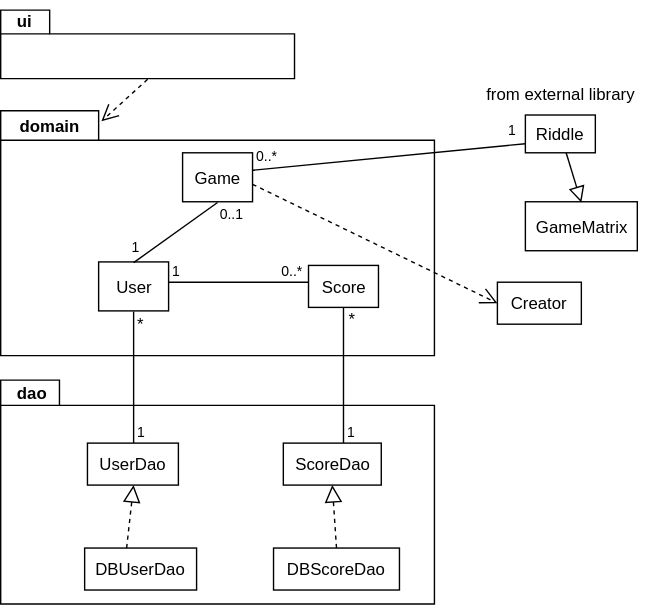
Above: documentation/images/arc1.svg in nigoshh/otm-harjoitustyo (draw.io), before the change. Source tidied: cells renumbered, new cells last; positions are measured from the earlier drawing's top-left corner, leaving out a move shared by most shapes.
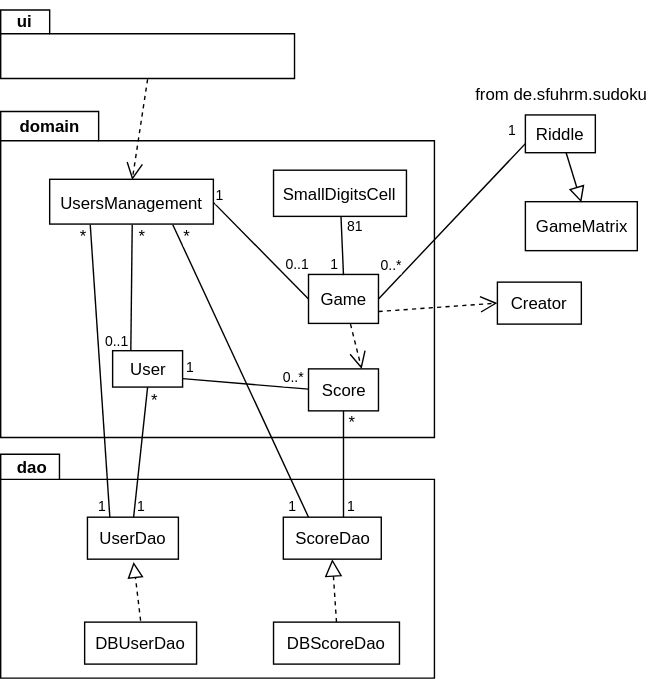
The same diagram one commit later.

What changed in the source:
```diff
@@ -6,10 +6,10 @@
       <mxGeometry y="5.5" width="210" height="49" as="geometry" />
     </mxCell>
     <mxCell id="3" style="shape=folder;fontStyle=1;spacingTop=10;tabWidth=70;tabHeight=21;tabPosition=left;html=1;" parent="1" vertex="1">
-      <mxGeometry y="77.5" width="310" height="175" as="geometry" />
+      <mxGeometry y="78" width="310" height="233" as="geometry" />
     </mxCell>
     <mxCell id="4" style="shape=folder;fontStyle=1;spacingTop=10;tabWidth=42;tabHeight=18;tabPosition=left;html=1;" parent="1" vertex="1">
-      <mxGeometry y="270" width="310" height="160" as="geometry" />
+      <mxGeometry y="323" width="310" height="160" as="geometry" />
     </mxCell>
     <mxCell id="5" value="&lt;span style=&quot;color: rgb(0 , 0 , 0) ; font-family: &amp;#34;helvetica&amp;#34; ; font-size: 12px ; font-style: normal ; font-weight: 700 ; letter-spacing: normal ; text-align: center ; text-indent: 0px ; text-transform: none ; white-space: nowrap ; word-spacing: 0px ; display: inline ; float: none ; background-color: rgb(255 , 255 , 255)&quot;&gt;ui&lt;/span&gt;" style="text;html=1;align=center;" parent="1" vertex="1">
       <mxGeometry x="2" y="-0.5" width="30" height="18" as="geometry" />
@@ -18,21 +18,21 @@
       <mxGeometry x="10" y="74.5" width="50" height="25" as="geometry" />
     </mxCell>
     <mxCell id="7" value="&lt;span style=&quot;color: rgb(0 , 0 , 0) ; font-family: &amp;#34;helvetica&amp;#34; ; font-size: 12px ; font-style: normal ; font-weight: 700 ; letter-spacing: normal ; text-align: center ; text-indent: 0px ; text-transform: none ; white-space: nowrap ; word-spacing: 0px ; display: inline ; float: none ; background-color: rgb(255 , 255 , 255)&quot;&gt;dao&lt;/span&gt;" style="text;html=1;align=center;" parent="1" vertex="1">
-      <mxGeometry y="266" width="45" height="20" as="geometry" />
+      <mxGeometry y="319" width="45" height="20" as="geometry" />
     </mxCell>
     <mxCell id="8" value="Game" style="html=1;align=center;" parent="1" vertex="1">
-      <mxGeometry x="130" y="107.5" width="50" height="35" as="geometry" />
+      <mxGeometry x="220" y="194.5" width="50" height="35" as="geometry" />
     </mxCell>
     <mxCell id="9" value="User" style="html=1;align=center;" parent="1" vertex="1">
-      <mxGeometry x="70" y="185.5" width="50" height="35" as="geometry" />
+      <mxGeometry x="80" y="249" width="50" height="26" as="geometry" />
     </mxCell>
     <mxCell id="10" value="DBScoreDao" style="html=1;align=center;" parent="1" vertex="1">
-      <mxGeometry x="195" y="390" width="90" height="30" as="geometry" />
+      <mxGeometry x="195" y="443" width="90" height="30" as="geometry" />
     </mxCell>
     <mxCell id="11" value="Score" style="html=1;align=center;" parent="1" vertex="1">
-      <mxGeometry x="220" y="188" width="50" height="30" as="geometry" />
+      <mxGeometry x="220" y="262" width="50" height="30" as="geometry" />
     </mxCell>
-    <mxCell id="12" value="from external library" style="text;html=1;strokeColor=none;fillColor=none;align=center;verticalAlign=middle;whiteSpace=wrap;rounded=0;" parent="1" vertex="1">
+    <mxCell id="12" value="from&amp;nbsp;de.sfuhrm.sudoku" style="text;html=1;strokeColor=none;fillColor=none;align=center;verticalAlign=middle;whiteSpace=wrap;rounded=0;" parent="1" vertex="1">
       <mxGeometry x="330" y="42" width="140" height="45" as="geometry" />
     </mxCell>
     <mxCell id="13" value="Riddle" style="html=1;align=center;" parent="1" vertex="1">
@@ -44,29 +44,24 @@
     <mxCell id="15" value="Creator" style="html=1;align=center;" parent="1" vertex="1">
       <mxGeometry x="355" y="200" width="60" height="30" as="geometry" />
     </mxCell>
-    <mxCell id="16" style="endArrow=open;endSize=10;dashed=1;html=1;entryX=0.232;entryY=0.044;entryPerimeter=0;exitX=0.5;exitY=1;" parent="1" edge="1" source="2" target="3">
+    <mxCell id="16" style="endArrow=open;endSize=10;dashed=1;html=1;entryX=0.5;entryY=0;exitX=0.5;exitY=1;" parent="1" edge="1" source="2" target="40">
       <mxGeometry relative="1" as="geometry" />
     </mxCell>
     <mxCell id="17" value="DBUserDao" style="html=1;align=center;" parent="1" vertex="1">
-      <mxGeometry x="60" y="390" width="80" height="30" as="geometry" />
+      <mxGeometry x="60" y="443" width="80" height="30" as="geometry" />
     </mxCell>
     <mxCell id="18" value="UserDao" style="html=1;align=center;" parent="1" vertex="1">
-      <mxGeometry x="62" y="315" width="65" height="30" as="geometry" />
+      <mxGeometry x="62" y="368" width="65" height="30" as="geometry" />
     </mxCell>
     <mxCell id="19" value="ScoreDao" style="html=1;align=center;" parent="1" vertex="1">
-      <mxGeometry x="202" y="315" width="70" height="30" as="geometry" />
+      <mxGeometry x="202" y="368" width="70" height="30" as="geometry" />
     </mxCell>
-    <mxCell id="20" style="endArrow=block;dashed=1;endFill=0;endSize=10;html=1;entryX=0.5;entryY=1;" parent="1" edge="1" target="18">
-      <mxGeometry relative="1" as="geometry">
-        <mxPoint x="90" y="390" as="sourcePoint" />
-      </mxGeometry>
-    </mxCell>
     <mxCell id="21" style="endArrow=block;dashed=1;endFill=0;endSize=10;html=1;entryX=0.5;entryY=1;" parent="1" edge="1" target="19">
       <mxGeometry relative="1" as="geometry">
-        <mxPoint x="240" y="390" as="sourcePoint" />
+        <mxPoint x="240" y="443" as="sourcePoint" />
       </mxGeometry>
     </mxCell>
-    <mxCell id="22" style="endArrow=none;endFill=0;html=1;edgeStyle=orthogonalEdgeStyle;align=left;verticalAlign=top;entryX=0.5;entryY=1;exitX=0.5;exitY=0;" parent="1" edge="1" source="18" target="9">
+    <mxCell id="22" style="endArrow=none;endFill=0;html=1;align=left;verticalAlign=top;entryX=0.5;entryY=1;exitX=0.5;exitY=0;" parent="1" edge="1" source="18" target="9">
       <mxGeometry x="-1" relative="1" as="geometry" />
     </mxCell>
     <mxCell id="23" value="1" style="html=1;align=left;verticalAlign=bottom;labelBackgroundColor=#ffffff;fontSize=10;" parent="22" vertex="1">
@@ -74,7 +69,7 @@
     </mxCell>
     <mxCell id="24" value="*" style="text;html=1;align=center;verticalAlign=middle;labelBackgroundColor=#ffffff;" parent="22" vertex="1">
       <mxGeometry x="0.72" y="-3" relative="1" as="geometry">
-        <mxPoint x="2" y="-5" as="offset" />
+        <mxPoint x="3" y="-5" as="offset" />
       </mxGeometry>
     </mxCell>
     <mxCell id="25" style="endArrow=none;endFill=0;html=1;edgeStyle=orthogonalEdgeStyle;align=left;verticalAlign=top;entryX=0.5;entryY=1;exitX=0.609;exitY=-0.013;exitPerimeter=0;" parent="1" edge="1" source="19" target="11">
@@ -85,47 +80,31 @@
     </mxCell>
     <mxCell id="27" value="*" style="text;html=1;align=center;verticalAlign=middle;labelBackgroundColor=#ffffff;" parent="25" vertex="1">
       <mxGeometry x="0.71" y="-2" relative="1" as="geometry">
-        <mxPoint x="4" y="-7" as="offset" />
+        <mxPoint x="4" y="-4" as="offset" />
       </mxGeometry>
     </mxCell>
-    <mxCell id="28" style="endArrow=none;endFill=0;html=1;align=left;verticalAlign=top;entryX=0.5;entryY=0;exitX=0.5;exitY=1;" parent="1" edge="1" source="8" target="9">
-      <mxGeometry x="-1" relative="1" as="geometry" />
-    </mxCell>
-    <mxCell id="29" value="0..1" style="html=1;align=left;verticalAlign=bottom;labelBackgroundColor=#ffffff;fontSize=10;" parent="28" vertex="1">
-      <mxGeometry x="-1" relative="1" as="geometry">
-        <mxPoint x="-1" y="16" as="offset" />
-      </mxGeometry>
-    </mxCell>
-    <mxCell id="30" style="endArrow=none;endFill=0;html=1;align=left;verticalAlign=top;" parent="1" edge="1">
+    <mxCell id="30" style="endArrow=none;endFill=0;html=1;align=left;verticalAlign=top;exitX=1;exitY=0.75;" parent="1" edge="1" source="9">
       <mxGeometry x="-1" relative="1" as="geometry">
-        <mxPoint x="120" y="200" as="sourcePoint" />
-        <mxPoint x="220" y="200" as="targetPoint" />
+        <mxPoint x="220" y="276.5" as="targetPoint" />
       </mxGeometry>
     </mxCell>
     <mxCell id="31" value="1" style="html=1;align=left;verticalAlign=bottom;labelBackgroundColor=#ffffff;fontSize=10;" parent="30" vertex="1">
       <mxGeometry x="-1" relative="1" as="geometry" />
     </mxCell>
-    <mxCell id="32" value="1" style="html=1;align=left;verticalAlign=bottom;labelBackgroundColor=#ffffff;fontSize=10;" parent="1" vertex="1">
-      <mxGeometry x="91" y="183" as="geometry" />
-    </mxCell>
     <mxCell id="33" value="0..*" style="html=1;align=left;verticalAlign=bottom;labelBackgroundColor=#ffffff;fontSize=10;" parent="1" vertex="1">
-      <mxGeometry x="196" y="191" as="geometry">
-        <mxPoint x="2" y="9" as="offset" />
+      <mxGeometry x="205" y="266" as="geometry">
+        <mxPoint x="-6" y="10" as="offset" />
       </mxGeometry>
     </mxCell>
-    <mxCell id="34" style="endArrow=open;endSize=10;dashed=1;html=1;entryX=0;entryY=0.5;" parent="1" edge="1" target="15">
-      <mxGeometry relative="1" as="geometry">
-        <mxPoint x="180" y="130" as="sourcePoint" />
-      </mxGeometry>
+    <mxCell id="34" style="endArrow=open;endSize=10;dashed=1;html=1;entryX=0;entryY=0.5;exitX=1;exitY=0.75;" parent="1" edge="1" source="8" target="15">
+      <mxGeometry relative="1" as="geometry" />
     </mxCell>
-    <mxCell id="35" style="endArrow=none;endFill=0;html=1;align=left;verticalAlign=top;entryX=0;entryY=0.75;" parent="1" edge="1" target="13">
-      <mxGeometry x="-1" relative="1" as="geometry">
-        <mxPoint x="180" y="120" as="sourcePoint" />
-      </mxGeometry>
+    <mxCell id="35" style="endArrow=none;endFill=0;html=1;align=left;verticalAlign=top;entryX=0;entryY=0.75;exitX=1;exitY=0.5;" parent="1" edge="1" source="8" target="13">
+      <mxGeometry x="-1" relative="1" as="geometry" />
     </mxCell>
     <mxCell id="36" value="0..*" style="html=1;align=left;verticalAlign=bottom;labelBackgroundColor=#ffffff;fontSize=10;" parent="35" vertex="1">
       <mxGeometry x="-1" relative="1" as="geometry">
-        <mxPoint y="-2" as="offset" />
+        <mxPoint x="-1" y="-16" as="offset" />
       </mxGeometry>
     </mxCell>
     <mxCell id="37" style="endArrow=block;endSize=9;endFill=0;html=1;entryX=0.5;entryY=0;" parent="1" edge="1" source="13" target="14">
@@ -136,5 +115,83 @@
         <mxPoint x="-8" y="7" as="offset" />
       </mxGeometry>
     </mxCell>
+    <mxCell id="39" style="endArrow=block;dashed=1;endFill=0;endSize=9;html=1;entryX=0.5;entryY=1;startSize=6;" parent="1" edge="1">
+      <mxGeometry relative="1" as="geometry">
+        <mxPoint x="100" y="442" as="sourcePoint" />
+        <mxPoint x="95" y="400" as="targetPoint" />
+      </mxGeometry>
+    </mxCell>
+    <mxCell id="40" value="UsersManagement" style="html=1;align=center;" parent="1" vertex="1">
+      <mxGeometry x="35" y="126.5" width="117" height="32" as="geometry" />
+    </mxCell>
+    <mxCell id="41" value="SmallDigitsCell" style="html=1;align=center;" parent="1" vertex="1">
+      <mxGeometry x="195" y="120" width="95" height="33" as="geometry" />
+    </mxCell>
+    <mxCell id="42" style="endArrow=none;endFill=0;html=1;align=left;verticalAlign=top;exitX=0.5;exitY=0;" parent="1" edge="1" source="8" target="41">
+      <mxGeometry x="-1" relative="1" as="geometry" />
+    </mxCell>
+    <mxCell id="43" value="1" style="html=1;align=left;verticalAlign=bottom;labelBackgroundColor=#ffffff;fontSize=10;" parent="42" vertex="1">
+      <mxGeometry x="-1" relative="1" as="geometry">
+        <mxPoint x="-12" as="offset" />
+      </mxGeometry>
+    </mxCell>
+    <mxCell id="44" value="81" style="html=1;align=left;verticalAlign=bottom;labelBackgroundColor=#ffffff;fontSize=10;" parent="1" vertex="1">
+      <mxGeometry x="249" y="162" as="geometry">
+        <mxPoint x="-4" y="6" as="offset" />
+      </mxGeometry>
+    </mxCell>
+    <mxCell id="45" style="endArrow=none;endFill=0;html=1;align=left;verticalAlign=top;entryX=0.25;entryY=0;exitX=0.25;exitY=1;" parent="1" edge="1" source="40" target="18">
+      <mxGeometry x="-0.92" y="24" relative="1" as="geometry" />
+    </mxCell>
+    <mxCell id="46" style="endArrow=none;endFill=0;html=1;align=left;verticalAlign=top;entryX=0.25;entryY=0;exitX=0.75;exitY=1;" parent="1" edge="1" source="40" target="19">
+      <mxGeometry x="-1" relative="1" as="geometry" />
+    </mxCell>
+    <mxCell id="47" style="endArrow=none;endFill=0;html=1;align=left;verticalAlign=top;entryX=0;entryY=0.5;exitX=1;exitY=0.5;" parent="1" edge="1" source="40" target="8">
+      <mxGeometry x="-1" relative="1" as="geometry" />
+    </mxCell>
+    <mxCell id="48" style="endArrow=open;endSize=10;dashed=1;html=1;labelPosition=left;verticalLabelPosition=middle;align=right;verticalAlign=middle;entryX=0.75;entryY=0;" parent="1" edge="1" target="11">
+      <mxGeometry x="-0.03" y="9" relative="1" as="geometry">
+        <mxPoint x="250" y="230" as="sourcePoint" />
+      </mxGeometry>
+    </mxCell>
+    <mxCell id="49" style="endArrow=none;endFill=0;html=1;align=left;verticalAlign=top;entryX=0.25;entryY=0;exitX=0.5;exitY=1;" parent="1" edge="1" source="40" target="9">
+      <mxGeometry x="-1" relative="1" as="geometry" />
+    </mxCell>
+    <mxCell id="50" value="*" style="text;html=1;align=center;verticalAlign=middle;labelBackgroundColor=#ffffff;" parent="1" vertex="1">
+      <mxGeometry x="59.5" y="166.8" as="geometry">
+        <mxPoint x="-1" as="offset" />
+      </mxGeometry>
+    </mxCell>
+    <mxCell id="51" value="*" style="text;html=1;align=center;verticalAlign=middle;labelBackgroundColor=#ffffff;" parent="1" vertex="1">
+      <mxGeometry x="133.5" y="166.8" as="geometry">
+        <mxPoint x="-1" as="offset" />
+      </mxGeometry>
+    </mxCell>
+    <mxCell id="52" value="1" style="html=1;align=left;verticalAlign=bottom;labelBackgroundColor=#ffffff;fontSize=10;" parent="1" vertex="1">
+      <mxGeometry x="67" y="368" as="geometry" />
+    </mxCell>
+    <mxCell id="53" value="1" style="html=1;align=left;verticalAlign=bottom;labelBackgroundColor=#ffffff;fontSize=10;" parent="1" vertex="1">
+      <mxGeometry x="203" y="368" as="geometry" />
+    </mxCell>
+    <mxCell id="54" value="0..1" style="html=1;align=left;verticalAlign=bottom;labelBackgroundColor=#ffffff;fontSize=10;" parent="1" vertex="1">
+      <mxGeometry x="79" y="242" as="geometry">
+        <mxPoint x="-7" y="8" as="offset" />
+      </mxGeometry>
+    </mxCell>
+    <mxCell id="55" value="*" style="text;html=1;align=center;verticalAlign=middle;labelBackgroundColor=#ffffff;" parent="1" vertex="1">
+      <mxGeometry x="101.5" y="166.8" as="geometry">
+        <mxPoint x="-1" as="offset" />
+      </mxGeometry>
+    </mxCell>
+    <mxCell id="56" value="1" style="html=1;align=left;verticalAlign=bottom;labelBackgroundColor=#ffffff;fontSize=10;" parent="1" vertex="1">
+      <mxGeometry x="163" y="146" as="geometry">
+        <mxPoint x="-12" as="offset" />
+      </mxGeometry>
+    </mxCell>
+    <mxCell id="57" value="0..1" style="html=1;align=left;verticalAlign=bottom;labelBackgroundColor=#ffffff;fontSize=10;" parent="1" vertex="1">
+      <mxGeometry x="249" y="190" as="geometry">
+        <mxPoint x="-48" y="5" as="offset" />
+      </mxGeometry>
+    </mxCell>
   </root>
 </mxGraphModel>
```
